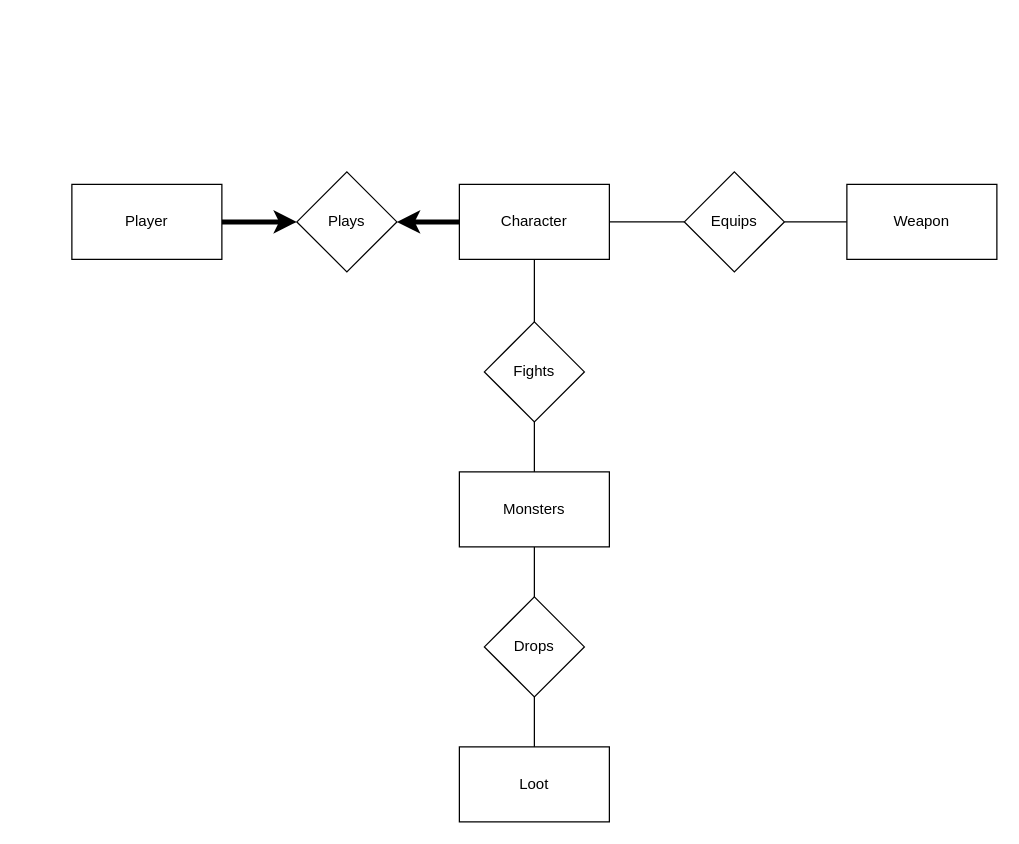
jun-hwan-chong/nucampfolder keeps this draw.io diagram as Python/2-SQL/project/game.drawio. Above is the earlier version. Source tidied: cells renumbered, new cells numbered last; positions are measured from the earlier drawing's top-left corner, leaving out a move shared by most shapes. Both pictures are drawn from the tidied source at 125%, with x=0, y=0 at pixel (71, 171).
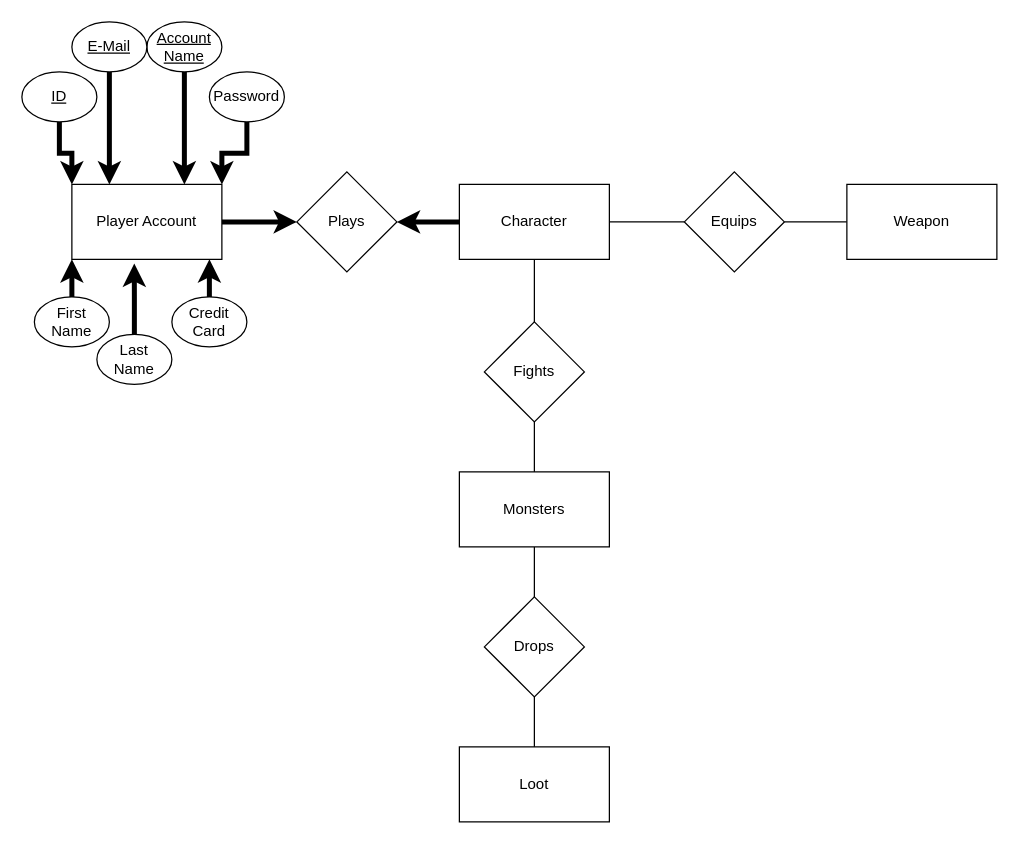
Above is the later version.

The edit, as a diff of the source:
```diff
@@
-    <mxCell id="3" value="Player" style="rounded=0;whiteSpace=wrap;html=1;" parent="1" vertex="1">
+    <mxCell id="3" value="Player Account" style="rounded=0;whiteSpace=wrap;html=1;" parent="1" vertex="1">
       <mxGeometry y="10" width="120" height="60" as="geometry" />
     </mxCell>
@@
+    <mxCell id="19" style="edgeStyle=orthogonalEdgeStyle;rounded=0;jettySize=auto;html=1;exitX=0.5;exitY=1;exitDx=0;exitDy=0;entryX=0;entryY=0;entryDx=0;entryDy=0;endArrow=classic;endFill=1;strokeWidth=4;" parent="1" edge="1" source="20" target="3">
+      <mxGeometry relative="1" as="geometry" />
+    </mxCell>
+    <mxCell id="20" value="&lt;u&gt;ID&lt;/u&gt;" style="ellipse;whiteSpace=wrap;html=1;" parent="1" vertex="1">
+      <mxGeometry x="-40" y="-80" width="60" height="40" as="geometry" />
+    </mxCell>
+    <mxCell id="21" style="edgeStyle=orthogonalEdgeStyle;rounded=0;jettySize=auto;html=1;entryX=0.75;entryY=0;entryDx=0;entryDy=0;endArrow=classic;endFill=1;strokeWidth=4;" parent="1" edge="1" source="22" target="3">
+      <mxGeometry relative="1" as="geometry" />
+    </mxCell>
+    <mxCell id="22" value="&lt;u&gt;Account Name&lt;/u&gt;" style="ellipse;whiteSpace=wrap;html=1;" parent="1" vertex="1">
+      <mxGeometry x="60" y="-120" width="60" height="40" as="geometry" />
+    </mxCell>
+    <mxCell id="23" style="edgeStyle=orthogonalEdgeStyle;rounded=0;jettySize=auto;html=1;entryX=0.25;entryY=0;entryDx=0;entryDy=0;endArrow=classic;endFill=1;strokeWidth=4;" parent="1" edge="1" source="24" target="3">
+      <mxGeometry relative="1" as="geometry" />
+    </mxCell>
+    <mxCell id="24" value="&lt;u&gt;E-Mail&lt;/u&gt;" style="ellipse;whiteSpace=wrap;html=1;" parent="1" vertex="1">
+      <mxGeometry y="-120" width="60" height="40" as="geometry" />
+    </mxCell>
+    <mxCell id="25" style="edgeStyle=orthogonalEdgeStyle;rounded=0;jettySize=auto;html=1;entryX=0;entryY=1;entryDx=0;entryDy=0;endArrow=classic;endFill=1;strokeWidth=4;" parent="1" edge="1" source="26" target="3">
+      <mxGeometry relative="1" as="geometry" />
+    </mxCell>
+    <mxCell id="26" value="First Name" style="ellipse;whiteSpace=wrap;html=1;" parent="1" vertex="1">
+      <mxGeometry x="-30" y="100" width="60" height="40" as="geometry" />
+    </mxCell>
+    <mxCell id="27" style="edgeStyle=orthogonalEdgeStyle;rounded=0;jettySize=auto;html=1;entryX=0.416;entryY=1.055;entryDx=0;entryDy=0;entryPerimeter=0;endArrow=classic;endFill=1;strokeWidth=4;" parent="1" edge="1" source="28" target="3">
+      <mxGeometry relative="1" as="geometry" />
+    </mxCell>
+    <mxCell id="28" value="Last Name" style="ellipse;whiteSpace=wrap;html=1;" parent="1" vertex="1">
+      <mxGeometry x="20" y="130" width="60" height="40" as="geometry" />
+    </mxCell>
+    <mxCell id="29" style="edgeStyle=orthogonalEdgeStyle;rounded=0;jettySize=auto;html=1;entryX=1;entryY=0;entryDx=0;entryDy=0;endArrow=classic;endFill=1;strokeWidth=4;" parent="1" edge="1" source="30" target="3">
+      <mxGeometry relative="1" as="geometry" />
+    </mxCell>
+    <mxCell id="30" value="Password" style="ellipse;whiteSpace=wrap;html=1;" parent="1" vertex="1">
+      <mxGeometry x="110" y="-80" width="60" height="40" as="geometry" />
+    </mxCell>
+    <mxCell id="31" style="edgeStyle=orthogonalEdgeStyle;rounded=0;jettySize=auto;html=1;entryX=0.917;entryY=1;entryDx=0;entryDy=0;entryPerimeter=0;endArrow=classic;endFill=1;strokeWidth=4;" parent="1" edge="1" source="32" target="3">
+      <mxGeometry relative="1" as="geometry" />
+    </mxCell>
+    <mxCell id="32" value="Credit Card" style="ellipse;whiteSpace=wrap;html=1;" parent="1" vertex="1">
+      <mxGeometry x="80" y="100" width="60" height="40" as="geometry" />
+    </mxCell>
```
